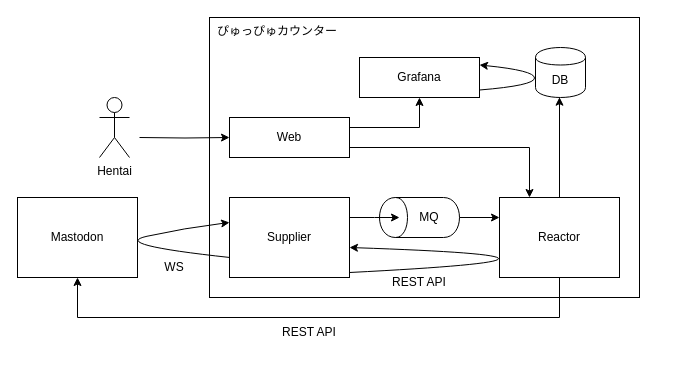
Before: doc/architecture.drawio in chitoku-k/ejaculation-counter, a draw.io diagram. Source tidied: cells renumbered, new cells numbered last; positions are measured from the earlier drawing's top-left corner, leaving out a move shared by most shapes. Both pictures are drawn from the tidied source at 100%, with x=0, y=0 at pixel (17, 17).
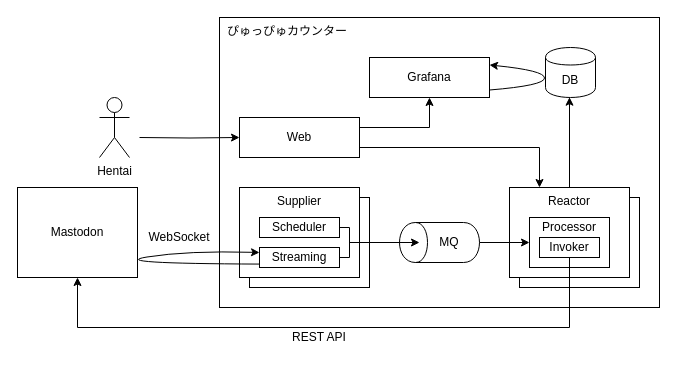
After the change.

The change refers to these unchanged cells:
```xml
<mxCell id="6" style="shape=cylinder;whiteSpace=wrap;html=1;boundedLbl=1;backgroundOutline=1;rotation=-90;" parent="5" vertex="1">
  <mxGeometry x="20" y="-20" width="40" height="80" as="geometry" />
</mxCell>
```

Change to the diagram source:
```diff
@@
     <mxCell id="2" value="ぴゅっぴゅカウンター" style="rounded=0;whiteSpace=wrap;html=1;align=left;verticalAlign=top;spacingLeft=6;" parent="1" vertex="1">
-      <mxGeometry x="192" width="430" height="280" as="geometry" />
+      <mxGeometry x="202" width="440" height="290" as="geometry" />
     </mxCell>
+    <mxCell id="26" style="rounded=0;whiteSpace=wrap;html=1;verticalAlign=top;" parent="1" vertex="1">
+      <mxGeometry x="502" y="180" width="120" height="90" as="geometry" />
+    </mxCell>
+    <mxCell id="27" style="rounded=0;whiteSpace=wrap;html=1;verticalAlign=top;" parent="1" vertex="1">
+      <mxGeometry x="232" y="180" width="120" height="90" as="geometry" />
+    </mxCell>
     <mxCell id="3" value="DB" style="shape=cylinder;whiteSpace=wrap;html=1;boundedLbl=1;backgroundOutline=1;" parent="1" vertex="1">
-      <mxGeometry x="518" y="30" width="50" height="50" as="geometry" />
+      <mxGeometry x="528" y="30" width="50" height="50" as="geometry" />
     </mxCell>
     <mxCell id="4" value="Mastodon" style="rounded=0;whiteSpace=wrap;html=1;" parent="1" vertex="1">
-      <mxGeometry y="180" width="120" height="80" as="geometry" />
+      <mxGeometry y="170" width="120" height="90" as="geometry" />
     </mxCell>
     <mxCell id="5" style="group;" parent="1" vertex="1">
-      <mxGeometry x="362" y="180" width="80" height="40" as="geometry" />
+      <mxGeometry x="382" y="205" width="80" height="40" as="geometry" />
     </mxCell>
@@
-    <mxCell id="8" style="edgeStyle=orthogonalEdgeStyle;rounded=0;jettySize=auto;html=1;exitX=1;exitY=0.25;exitDx=0;exitDy=0;" parent="1" edge="1" source="9">
-      <mxGeometry relative="1" as="geometry">
-        <mxPoint x="382" y="200" as="targetPoint" />
-      </mxGeometry>
-    </mxCell>
-    <mxCell id="9" value="Supplier" style="rounded=0;whiteSpace=wrap;html=1;" parent="1" vertex="1">
-      <mxGeometry x="212" y="180" width="120" height="80" as="geometry" />
+    <mxCell id="9" value="Supplier" style="rounded=0;whiteSpace=wrap;html=1;verticalAlign=top;" parent="1" vertex="1">
+      <mxGeometry x="222" y="170" width="120" height="90" as="geometry" />
     </mxCell>
@@
-    <mxCell id="11" style="edgeStyle=orthogonalEdgeStyle;rounded=0;jettySize=auto;html=1;exitX=0.5;exitY=1;exitDx=0;exitDy=0;entryX=0.5;entryY=1;entryDx=0;entryDy=0;" parent="1" edge="1" source="12" target="4">
-      <mxGeometry relative="1" as="geometry">
-        <Array as="points">
-          <mxPoint x="542" y="300" />
-          <mxPoint x="60" y="300" />
-        </Array>
-      </mxGeometry>
-    </mxCell>
-    <mxCell id="12" value="Reactor" style="rounded=0;whiteSpace=wrap;html=1;" parent="1" vertex="1">
-      <mxGeometry x="482" y="180" width="120" height="80" as="geometry" />
+    <mxCell id="12" value="Reactor" style="rounded=0;whiteSpace=wrap;html=1;verticalAlign=top;" parent="1" vertex="1">
+      <mxGeometry x="492" y="170" width="120" height="90" as="geometry" />
     </mxCell>
-    <mxCell id="13" style="edgeStyle=orthogonalEdgeStyle;rounded=0;jettySize=auto;html=1;exitX=0.5;exitY=1;exitDx=0;exitDy=0;entryX=0;entryY=0.25;entryDx=0;entryDy=0;" parent="1" edge="1" source="6" target="12">
+    <mxCell id="13" style="edgeStyle=orthogonalEdgeStyle;rounded=0;jettySize=auto;html=1;exitX=0.5;exitY=1;exitDx=0;exitDy=0;" parent="1" edge="1" source="6" target="31">
       <mxGeometry relative="1" as="geometry" />
     </mxCell>
     <mxCell id="14" value="Grafana" style="rounded=0;whiteSpace=wrap;html=1;" parent="1" vertex="1">
-      <mxGeometry x="342" y="40" width="120" height="40" as="geometry" />
+      <mxGeometry x="352" y="40" width="120" height="40" as="geometry" />
     </mxCell>
     <mxCell id="15" style="curved=1;endArrow=classic;html=1;" parent="1" edge="1">
       <mxGeometry relative="1" as="geometry">
-        <mxPoint x="462" y="72.5" as="sourcePoint" />
-        <mxPoint x="462" y="47.5" as="targetPoint" />
+        <mxPoint x="472" y="72.5" as="sourcePoint" />
+        <mxPoint x="472" y="47.5" as="targetPoint" />
         <Array as="points">
-          <mxPoint x="517" y="68" />
-          <mxPoint x="517" y="53" />
+          <mxPoint x="527" y="68" />
+          <mxPoint x="527" y="53" />
         </Array>
       </mxGeometry>
     </mxCell>
-    <mxCell id="16" style="curved=1;endArrow=classic;html=1;" parent="1" edge="1">
-      <mxGeometry relative="1" as="geometry">
-        <mxPoint x="332" y="255" as="sourcePoint" />
-        <mxPoint x="332" y="230" as="targetPoint" />
-        <Array as="points">
-          <mxPoint x="627" y="240" />
-        </Array>
-      </mxGeometry>
-    </mxCell>
     <mxCell id="17" style="edgeStyle=orthogonalEdgeStyle;rounded=0;jettySize=auto;html=1;exitX=1;exitY=0.25;exitDx=0;exitDy=0;entryX=0.5;entryY=1;entryDx=0;entryDy=0;" parent="1" edge="1" source="19" target="14">
       <mxGeometry relative="1" as="geometry">
         <Array as="points">
-          <mxPoint x="402" y="110" />
+          <mxPoint x="412" y="110" />
         </Array>
       </mxGeometry>
     </mxCell>
@@
     <mxCell id="19" value="Web" style="rounded=0;whiteSpace=wrap;html=1;" parent="1" vertex="1">
-      <mxGeometry x="212" y="100" width="120" height="40" as="geometry" />
+      <mxGeometry x="222" y="100" width="120" height="40" as="geometry" />
     </mxCell>
-    <mxCell id="20" style="curved=1;endArrow=classic;html=1;exitX=0.004;exitY=0.75;exitDx=0;exitDy=0;exitPerimeter=0;" parent="1" edge="1" source="9">
+    <mxCell id="20" style="curved=1;endArrow=classic;html=1;exitX=0.002;exitY=0.829;exitDx=0;exitDy=0;exitPerimeter=0;entryX=0;entryY=0.25;entryDx=0;entryDy=0;entryPerimeter=0;" parent="1" edge="1" source="29" target="29">
       <mxGeometry relative="1" as="geometry">
-        <mxPoint x="212" y="205" as="targetPoint" />
         <Array as="points">
-          <mxPoint x="92" y="227" />
-          <mxPoint x="167" y="210.5" />
+          <mxPoint x="89" y="246" />
+          <mxPoint x="170" y="233" />
         </Array>
       </mxGeometry>
     </mxCell>
@@
-    <mxCell id="23" value="WS" style="text;html=1;strokeColor=none;fillColor=none;align=center;verticalAlign=middle;whiteSpace=wrap;rounded=0;" parent="1" vertex="1">
-      <mxGeometry x="132" y="240" width="50" height="20" as="geometry" />
+    <mxCell id="23" value="WebSocket" style="text;html=1;strokeColor=none;fillColor=none;align=center;verticalAlign=middle;whiteSpace=wrap;rounded=0;" parent="1" vertex="1">
+      <mxGeometry x="122" y="210" width="80" height="20" as="geometry" />
     </mxCell>
     <mxCell id="24" value="REST API" style="text;html=1;strokeColor=none;fillColor=none;align=center;verticalAlign=middle;whiteSpace=wrap;rounded=0;" parent="1" vertex="1">
-      <mxGeometry x="252" y="305" width="80" height="20" as="geometry" />
+      <mxGeometry x="262" y="310" width="80" height="20" as="geometry" />
     </mxCell>
-    <mxCell id="25" value="REST API" style="text;html=1;strokeColor=none;fillColor=none;align=center;verticalAlign=middle;whiteSpace=wrap;rounded=0;" parent="1" vertex="1">
-      <mxGeometry x="362" y="255" width="80" height="20" as="geometry" />
-    </mxCell>
+    <mxCell id="28" value="Scheduler" style="rounded=0;whiteSpace=wrap;html=1;" parent="1" vertex="1">
+      <mxGeometry x="242" y="200" width="80" height="20" as="geometry" />
+    </mxCell>
+    <mxCell id="29" value="Streaming" style="rounded=0;whiteSpace=wrap;html=1;" parent="1" vertex="1">
+      <mxGeometry x="242" y="230" width="80" height="20" as="geometry" />
+    </mxCell>
+    <mxCell id="30" style="endArrow=none;html=1;rounded=0;" parent="1" edge="1">
+      <mxGeometry relative="1" as="geometry">
+        <mxPoint x="322" y="210" as="sourcePoint" />
+        <mxPoint x="322" y="240" as="targetPoint" />
+        <Array as="points">
+          <mxPoint x="332" y="210" />
+          <mxPoint x="332" y="240" />
+        </Array>
+      </mxGeometry>
+    </mxCell>
+    <mxCell id="8" style="edgeStyle=orthogonalEdgeStyle;rounded=0;orthogonalLoop=1;jettySize=auto;html=1;" parent="1" edge="1">
+      <mxGeometry relative="1" as="geometry">
+        <mxPoint x="332" y="225" as="sourcePoint" />
+        <mxPoint x="402" y="225" as="targetPoint" />
+      </mxGeometry>
+    </mxCell>
+    <mxCell id="31" value="&lt;div&gt;Processor&lt;/div&gt;" style="rounded=0;whiteSpace=wrap;html=1;verticalAlign=top;spacingTop=-4;" parent="1" vertex="1">
+      <mxGeometry x="512" y="200" width="80" height="50" as="geometry" />
+    </mxCell>
+    <mxCell id="32" value="Invoker" style="rounded=0;whiteSpace=wrap;html=1;" parent="1" vertex="1">
+      <mxGeometry x="522" y="220" width="60" height="20" as="geometry" />
+    </mxCell>
+    <mxCell id="11" style="edgeStyle=orthogonalEdgeStyle;rounded=0;jettySize=auto;html=1;entryX=0.5;entryY=1;entryDx=0;entryDy=0;" parent="1" edge="1" source="32" target="4">
+      <mxGeometry relative="1" as="geometry">
+        <Array as="points">
+          <mxPoint x="552" y="310" />
+          <mxPoint x="60" y="310" />
+        </Array>
+      </mxGeometry>
+    </mxCell>
```
